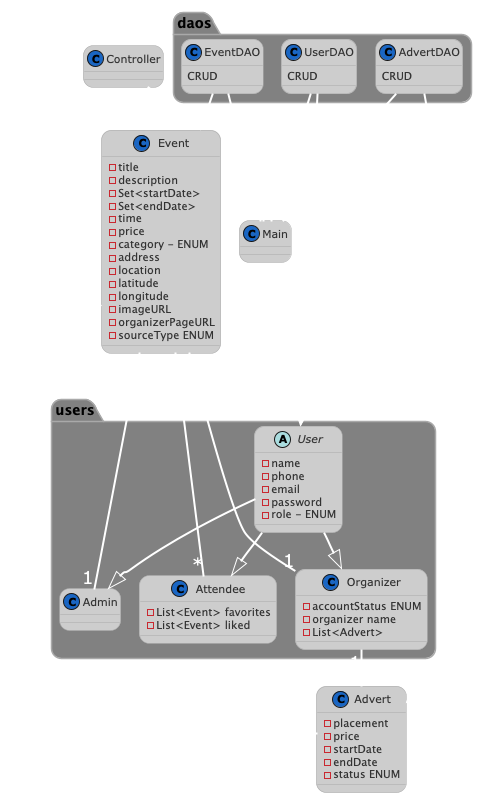
The PlantUML diagram docs/classDiagram.png in Tajan92/seeCphBackendAPI, before a commit.
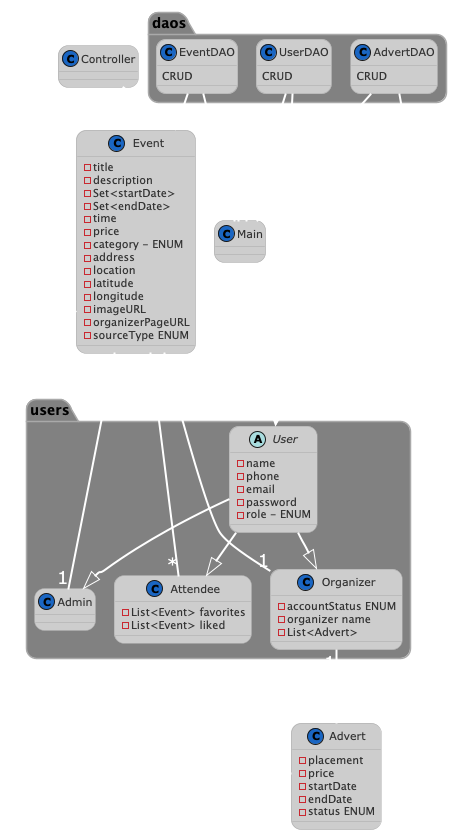
The same file after the commit.

Commit message:
Organizer delete cacadeAll test done

Diff of the diagram source:
```diff
@@ -5,7 +5,7 @@
 skinparam ArrowColor white
 skinparam ArrowThickness 2
 skinparam roundcorner 20
-skinparam ArrowFontColor white
+skinparam ArrowFontColor White
 skinparam ArrowFontSize 18
 skinparam package {
 BackgroundColor grey
@@ -67,7 +67,7 @@
 - endDate
 - status ENUM
 }
-Organizer "1" -- "*" Advert
+Organizer "1" --- "*" Advert
 class Controller{}
 Controller -- Main
 package daos{
```
